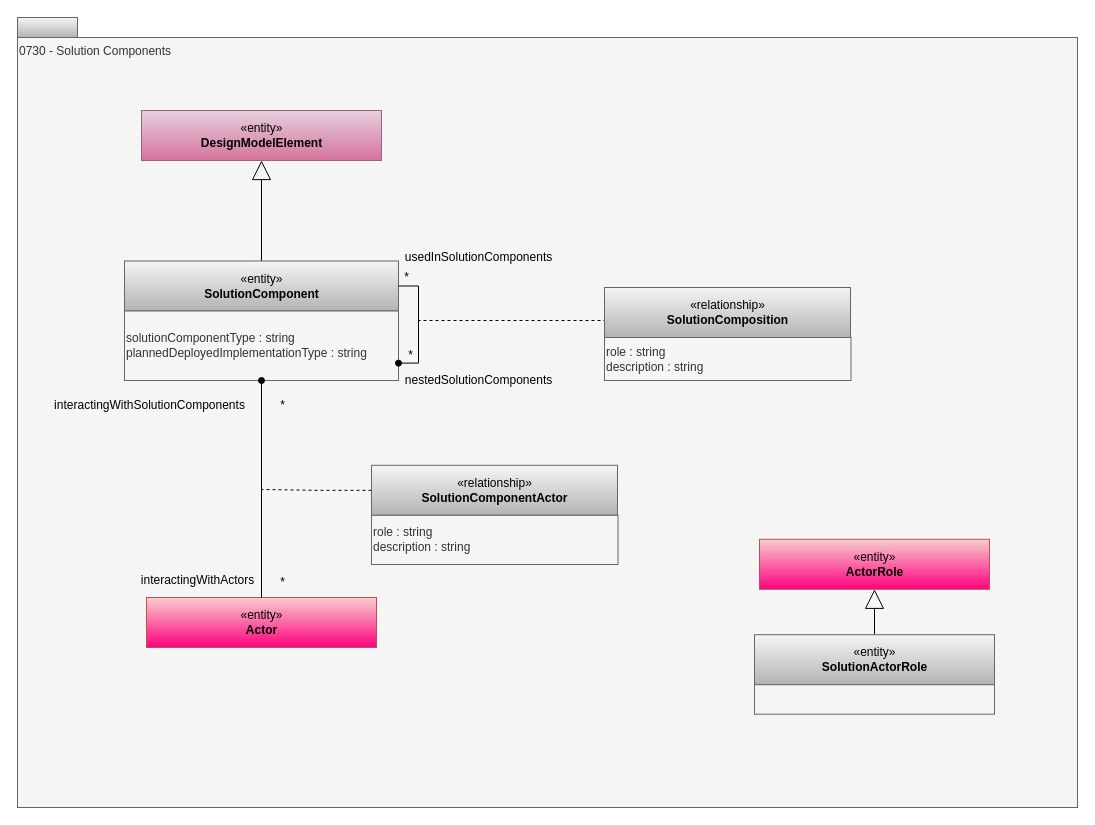
odpi/egeria-docs keeps this draw.io diagram as page "0730-Solution-Components" (10 of 19) of site/docs/types/7/area-7-lineage.drawio. Above is the earlier version. Source tidied: cells renumbered, new cells numbered last; positions are measured from the earlier drawing's top-left corner, leaving out a move shared by most shapes. Both pictures are drawn from the tidied source at 100%, with x=0, y=0 at pixel (17, 17).
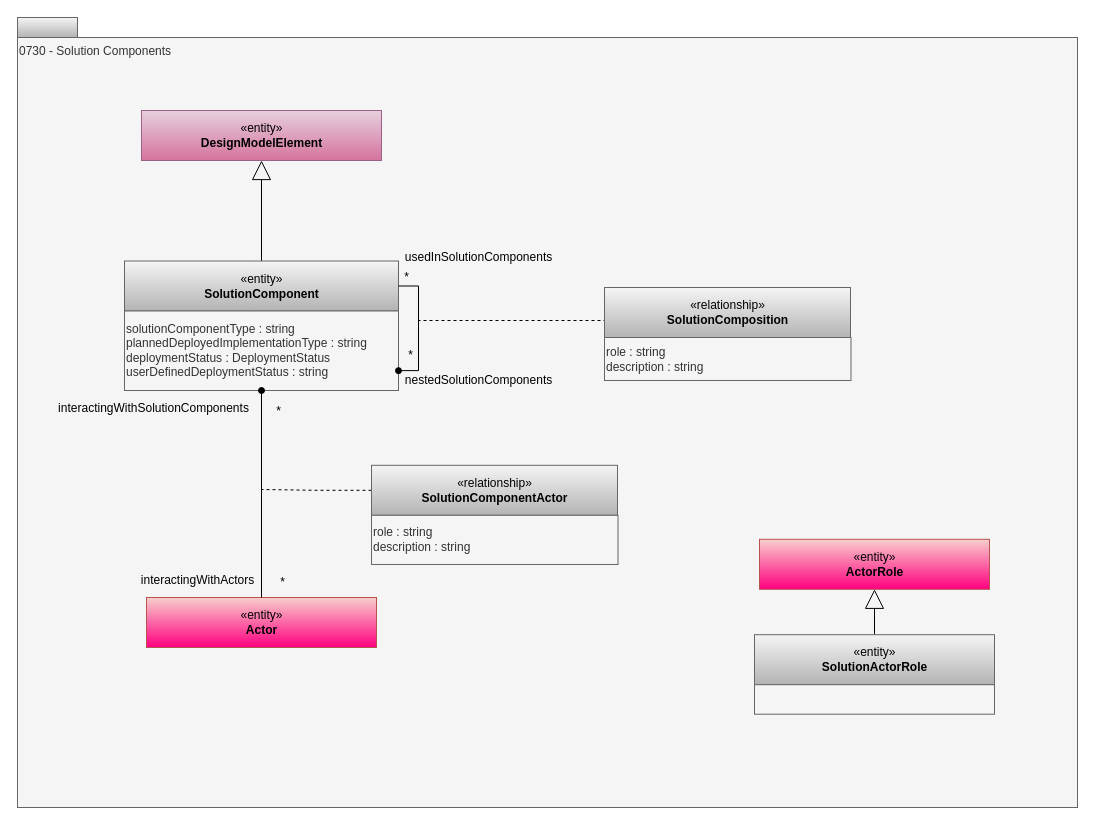
The same page after the edit.

Diff of the diagram source:
```diff
@@
-    <mxCell id="10" value="&lt;div&gt;&lt;div&gt;solutionComponentType : string&lt;/div&gt;&lt;div&gt;plannedDeployedImplementationType : string&lt;/div&gt;&lt;/div&gt;" style="rounded=0;whiteSpace=wrap;html=1;strokeColor=#666666;align=left;fillColor=#f5f5f5;fontColor=#333333;" parent="1" vertex="1">
-      <mxGeometry x="107" y="293.5" width="274" height="69.5" as="geometry" />
+    <mxCell id="10" value="&lt;div&gt;&lt;div&gt;solutionComponentType : string&lt;/div&gt;&lt;div&gt;plannedDeployedImplementationType : string&lt;/div&gt;&lt;/div&gt;&lt;div&gt;deploymentStatus : DeploymentStatus&lt;/div&gt;&lt;div&gt;userDefinedDeploymentStatus : string&lt;/div&gt;" style="rounded=0;whiteSpace=wrap;html=1;strokeColor=#666666;align=left;fillColor=#f5f5f5;fontColor=#333333;" parent="1" vertex="1">
+      <mxGeometry x="107" y="293.5" width="274" height="79.5" as="geometry" />
     </mxCell>
@@
     <mxCell id="20" value="interactingWithSolutionComponents" style="text;html=1;align=center;verticalAlign=middle;strokeColor=none;fillColor=none;" parent="1" vertex="1">
-      <mxGeometry x="27" y="373" width="210" height="30" as="geometry" />
+      <mxGeometry x="31" y="376" width="210" height="30" as="geometry" />
     </mxCell>
@@
     <mxCell id="23" value="*" style="text;html=1;align=center;verticalAlign=middle;strokeColor=none;fillColor=none;" parent="1" vertex="1">
-      <mxGeometry x="250" y="373" width="30" height="30" as="geometry" />
+      <mxGeometry x="246" y="379" width="30" height="30" as="geometry" />
     </mxCell>
```
